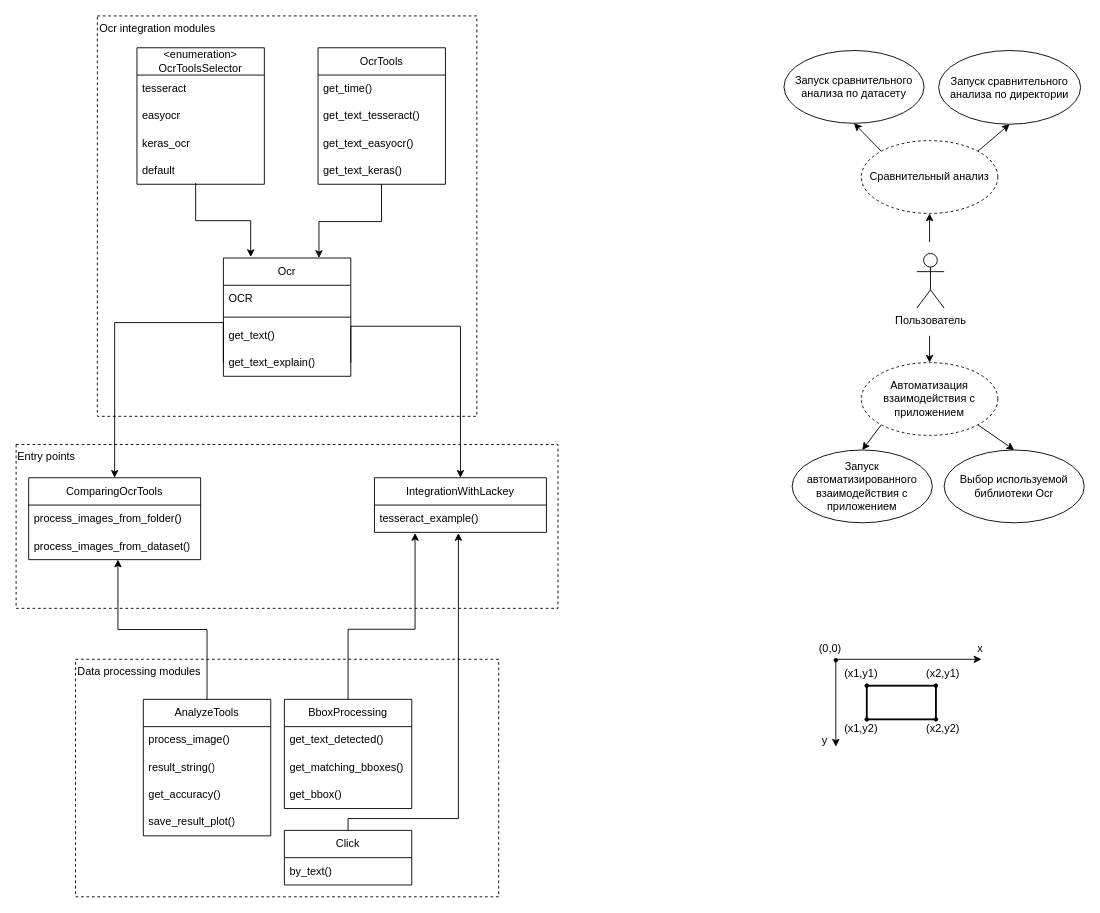
The draw.io diagram diagrams/class_dia.drawio in 2nozh/ExperimentalOCR, before the edit. Source tidied: cells renumbered, new cells numbered last; positions are measured from the earlier drawing's top-left corner, leaving out a move shared by most shapes. Both pictures are drawn from the tidied source at 91%, with x=0, y=0 at pixel (15, 15).
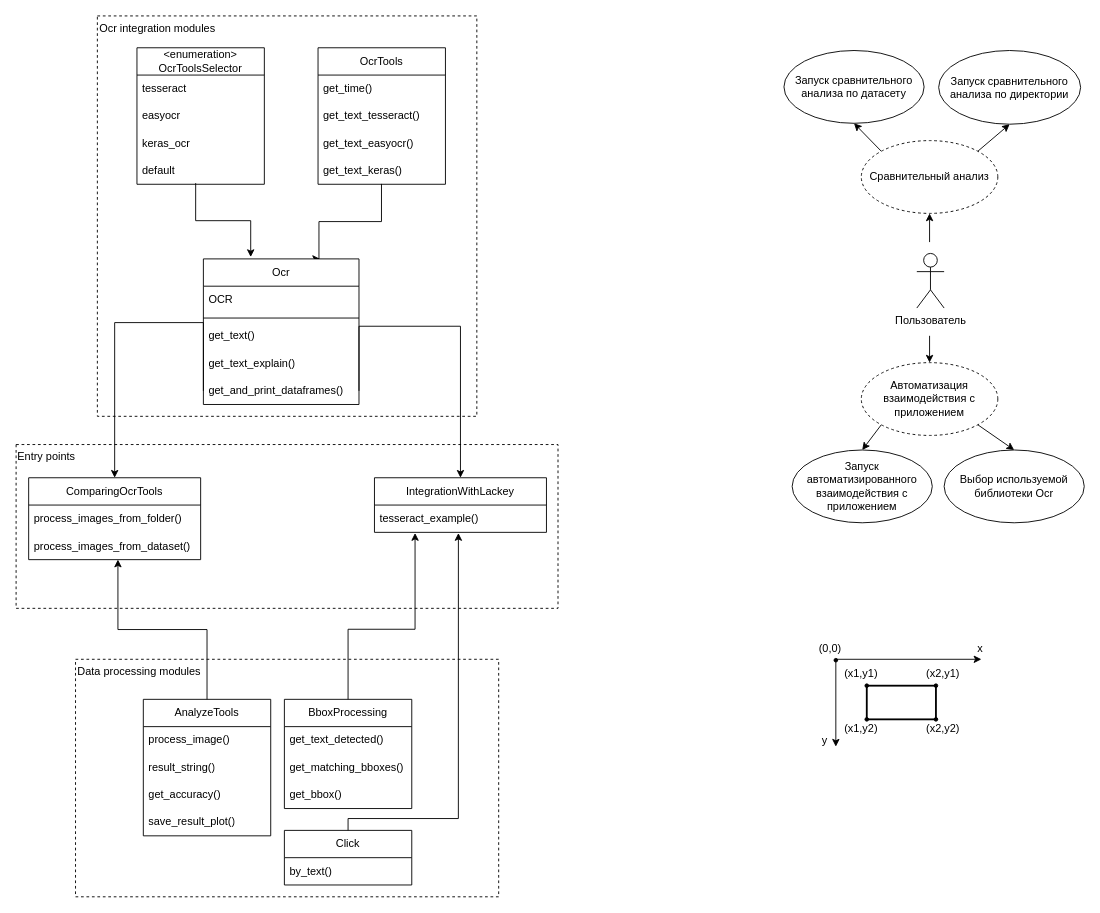
The same diagram, later.

Commit message (it also covers changes not shown here):
added method to ocr class

Unchanged cells that the change refers to:
```xml
<mxCell id="41" value="ComparingOcrTools" style="swimlane;fontStyle=0;horizontal=1;startSize=30;whiteSpace=wrap;html=1;" parent="1" vertex="1">
  <mxGeometry x="14" y="507.5" width="189" height="90" as="geometry" />
</mxCell>
<mxCell id="44" value="IntegrationWithLackey" style="swimlane;fontStyle=0;horizontal=1;startSize=30;whiteSpace=wrap;html=1;" parent="1" vertex="1">
  <mxGeometry x="394" y="507.5" width="189" height="60" as="geometry" />
</mxCell>
```

What changed in the source:
```diff
@@
     <mxCell id="54" value="Ocr" style="swimlane;fontStyle=0;horizontal=1;startSize=30;whiteSpace=wrap;html=1;" parent="1" vertex="1">
-      <mxGeometry x="228" y="266" width="140" height="130" as="geometry" />
+      <mxGeometry x="206" y="267" width="171" height="160" as="geometry" />
     </mxCell>
     <mxCell id="55" value="OCR" style="text;strokeColor=none;fillColor=none;align=left;verticalAlign=middle;spacingLeft=4;spacingRight=4;overflow=hidden;whiteSpace=wrap;html=1;" parent="54" vertex="1">
-      <mxGeometry y="30" width="140" height="30" as="geometry" />
+      <mxGeometry y="30" width="171" height="30" as="geometry" />
     </mxCell>
     <mxCell id="56" style="line;strokeWidth=1;html=1;spacingTop=0;spacing=1;" parent="54" vertex="1">
-      <mxGeometry y="60" width="140" height="10" as="geometry" />
+      <mxGeometry y="60" width="171" height="10" as="geometry" />
     </mxCell>
     <mxCell id="57" value="get_text()" style="text;strokeColor=none;fillColor=none;align=left;verticalAlign=middle;spacingLeft=4;spacingRight=4;overflow=hidden;whiteSpace=wrap;html=1;" parent="54" vertex="1">
-      <mxGeometry y="70" width="140" height="30" as="geometry" />
+      <mxGeometry y="70" width="171" height="30" as="geometry" />
     </mxCell>
+    <mxCell id="72" value="get_text_explain()" style="text;strokeColor=none;fillColor=none;align=left;verticalAlign=middle;spacingLeft=4;spacingRight=4;overflow=hidden;whiteSpace=wrap;html=1;" parent="54" vertex="1">
+      <mxGeometry y="100" width="171" height="30" as="geometry" />
+    </mxCell>
-    <mxCell id="58" value="get_text_explain()" style="text;strokeColor=none;fillColor=none;align=left;verticalAlign=middle;spacingLeft=4;spacingRight=4;overflow=hidden;points=[[0,0.5],[1,0.5]];portConstraint=eastwest;whiteSpace=wrap;html=1;" parent="54" vertex="1">
-      <mxGeometry y="100" width="140" height="30" as="geometry" />
+    <mxCell id="58" value="get_and_print_dataframes()" style="text;strokeColor=none;fillColor=none;align=left;verticalAlign=middle;spacingLeft=4;spacingRight=4;overflow=hidden;points=[[0,0.5],[1,0.5]];portConstraint=eastwest;whiteSpace=wrap;html=1;" parent="54" vertex="1">
+      <mxGeometry y="130" width="171" height="30" as="geometry" />
     </mxCell>
     <mxCell id="59" style="edgeStyle=orthogonalEdgeStyle;rounded=0;jettySize=auto;html=1;exitX=0;exitY=0.5;exitDx=0;exitDy=0;entryX=0.5;entryY=0;entryDx=0;entryDy=0;" parent="1" edge="1" source="58" target="41">
       <mxGeometry relative="1" as="geometry">
         <Array as="points">
-          <mxPoint x="228" y="337" />
-          <mxPoint x="109" y="337" />
+          <mxPoint x="206" y="337" />
+          <mxPoint x="108" y="337" />
         </Array>
       </mxGeometry>
     </mxCell>
     <mxCell id="60" style="edgeStyle=orthogonalEdgeStyle;rounded=0;jettySize=auto;html=1;exitX=1;exitY=0.5;exitDx=0;exitDy=0;entryX=0.5;entryY=0;entryDx=0;entryDy=0;" parent="1" edge="1" source="58" target="44">
       <mxGeometry relative="1" as="geometry">
         <Array as="points">
-          <mxPoint x="368" y="341" />
+          <mxPoint x="377" y="341" />
           <mxPoint x="489" y="341" />
         </Array>
       </mxGeometry>
     </mxCell>
```
